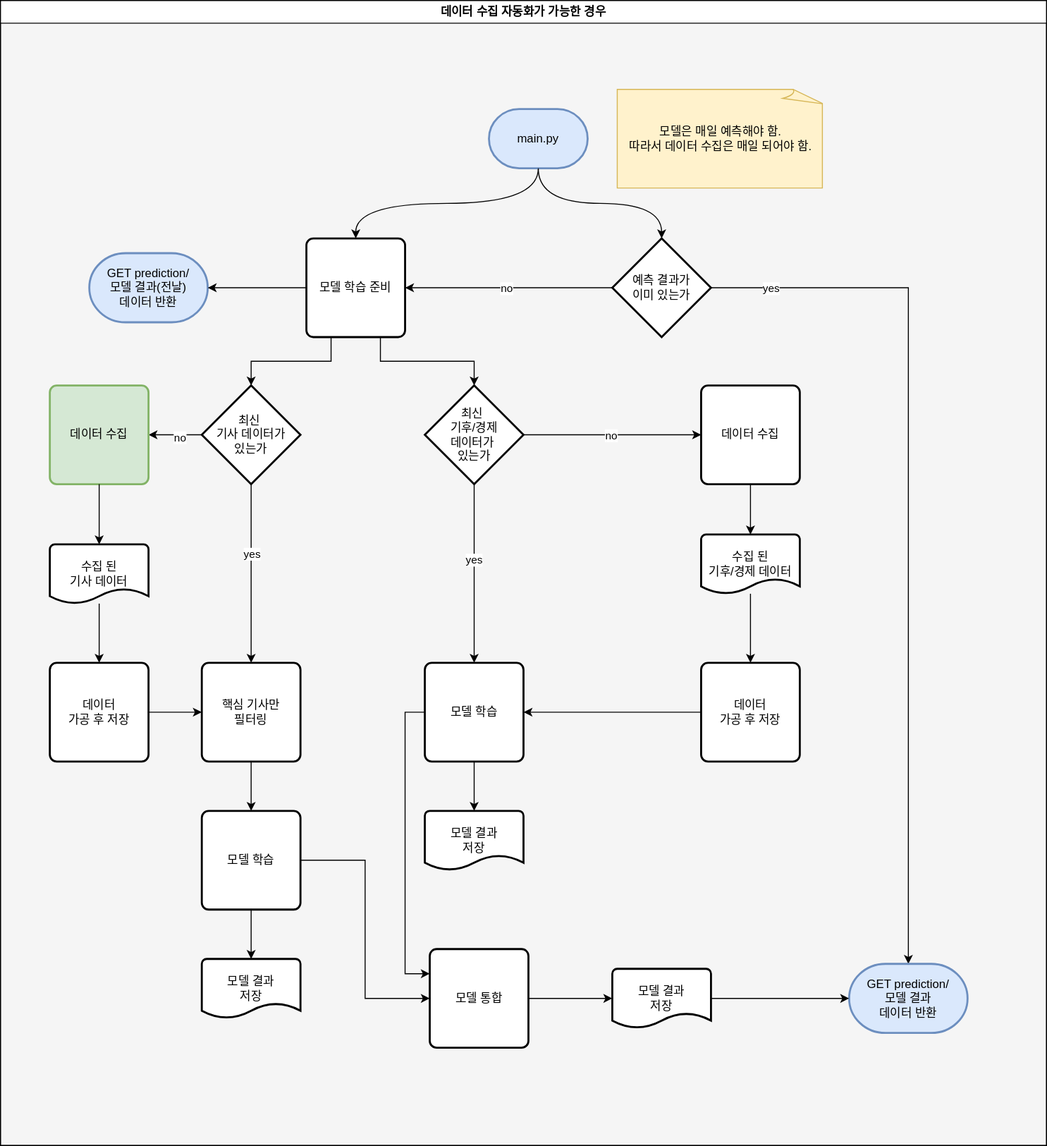
This is docs/beta-flowchart.drawio.svg from MJU-Capstone-2025/model-server, a draw.io export, as it was before one commit. Source tidied: cells renumbered, new cells last; positions are measured from the earlier drawing's top-left corner, leaving out a move shared by most shapes.
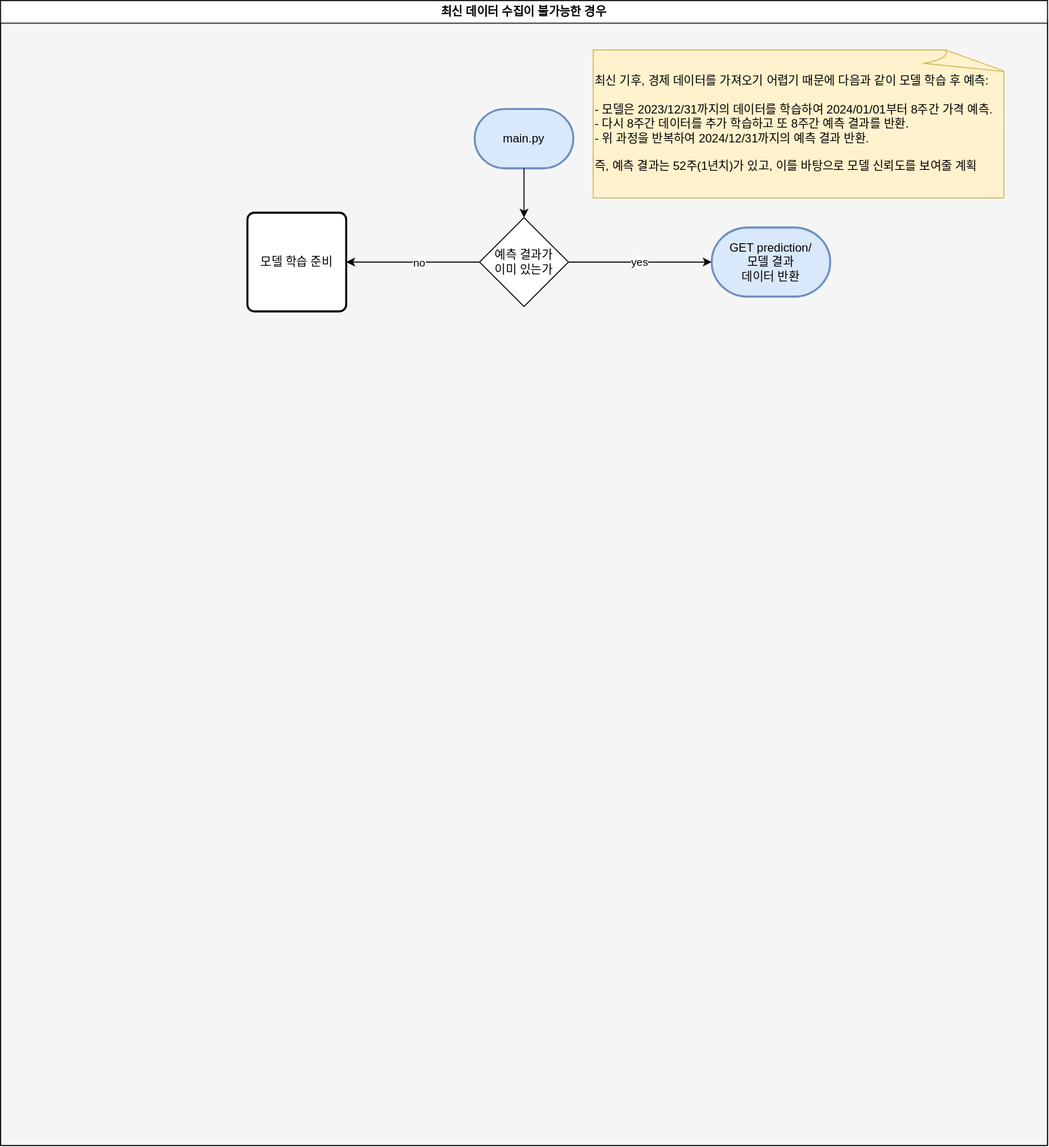
After the commit.

Commit message:
DOCS: 데이터 수집이 불가능한 경우

The edit, as a diff of the source:
```diff
@@ -5,169 +5,38 @@
     <mxCell id="2" style="rounded=0;whiteSpace=wrap;html=1;fillColor=#f5f5f5;fontColor=#333333;strokeColor=#666666;" parent="1" vertex="1">
       <mxGeometry y="20" width="1060" height="1140" as="geometry" />
     </mxCell>
-    <mxCell id="3" value="데이터 수집 자동화가 가능한 경우" style="swimlane;whiteSpace=wrap;html=1;" parent="1" vertex="1">
+    <mxCell id="3" value="최신 데이터 수집이 불가능한 경우" style="swimlane;whiteSpace=wrap;html=1;" parent="1" vertex="1">
       <mxGeometry width="1060" height="1160" as="geometry" />
     </mxCell>
-    <mxCell id="4" style="edgeStyle=orthogonalEdgeStyle;rounded=0;jettySize=auto;html=1;exitX=0.5;exitY=1;exitDx=0;exitDy=0;exitPerimeter=0;entryX=0.5;entryY=0;entryDx=0;entryDy=0;curved=1;" parent="3" edge="1" source="5" target="13">
-      <mxGeometry relative="1" as="geometry" />
-    </mxCell>
     <mxCell id="5" value="main.py" style="strokeWidth=2;html=1;shape=mxgraph.flowchart.terminator;whiteSpace=wrap;fillColor=#dae8fc;strokeColor=#6c8ebf;" parent="3" vertex="1">
-      <mxGeometry x="495" y="110" width="100" height="60" as="geometry" />
+      <mxGeometry x="480" y="110" width="100" height="60" as="geometry" />
     </mxCell>
+    <mxCell id="7" value="&lt;div&gt;최신 기후, 경제 데이터를 가져오기 어렵기&amp;nbsp;&lt;span style=&quot;background-color: transparent; color: light-dark(rgb(0, 0, 0), rgb(255, 255, 255));&quot;&gt;때문에 다음과 같이 모델 학습 후 예측:&lt;/span&gt;&lt;/div&gt;&lt;div&gt;&lt;span style=&quot;background-color: transparent; color: light-dark(rgb(0, 0, 0), rgb(255, 255, 255));&quot;&gt;&lt;br&gt;&lt;/span&gt;&lt;/div&gt;- 모델은 2023/12/31까지의&amp;nbsp;&lt;span style=&quot;background-color: transparent; color: light-dark(rgb(0, 0, 0), rgb(255, 255, 255));&quot;&gt;데이터를 학습하여 2024/01/01부터&amp;nbsp;&lt;/span&gt;&lt;span style=&quot;background-color: transparent; color: light-dark(rgb(0, 0, 0), rgb(255, 255, 255));&quot;&gt;8주간 가격 예측.&lt;/span&gt;&lt;div&gt;- 다시 8주간 데이터를 추가 학습하고 또 8주간 예측 결과를 반환.&lt;br&gt;&lt;div style=&quot;&quot;&gt;- 위 과정을 반복하여 2024/12/31까지의 예측 결과 반환.&lt;/div&gt;&lt;/div&gt;&lt;div style=&quot;&quot;&gt;&lt;br&gt;&lt;/div&gt;&lt;div style=&quot;&quot;&gt;즉, 예측 결과는 52주(1년치)가 있고, 이를 바탕으로 모델 신뢰도를 보여줄 계획&lt;/div&gt;" style="whiteSpace=wrap;html=1;shape=mxgraph.basic.document;align=left;fillColor=#fff2cc;strokeColor=#d6b656;" parent="3" vertex="1">
+      <mxGeometry x="600" y="50" width="420" height="150" as="geometry" />
+    </mxCell>
+    <mxCell id="46" value="&lt;div&gt;GET prediction/&lt;/div&gt;모델 결과&lt;div&gt;데이터 반환&lt;/div&gt;" style="strokeWidth=2;html=1;shape=mxgraph.flowchart.terminator;whiteSpace=wrap;fillColor=#dae8fc;strokeColor=#6c8ebf;" parent="3" vertex="1">
+      <mxGeometry x="720" y="230" width="120" height="70" as="geometry" />
+    </mxCell>
+    <mxCell id="13" value="모델 학습 준비" style="rounded=1;whiteSpace=wrap;html=1;absoluteArcSize=1;arcSize=14;strokeWidth=2;" parent="3" vertex="1">
+      <mxGeometry x="250" y="215" width="100" height="100" as="geometry" />
+    </mxCell>
+    <mxCell id="12" value="예측 결과가&lt;div&gt;이미 있는가&lt;/div&gt;" style="rhombus;whiteSpace=wrap;html=1;" parent="3" vertex="1">
+      <mxGeometry x="485" y="220" width="90" height="90" as="geometry" />
+    </mxCell>
-    <mxCell id="6" style="edgeStyle=orthogonalEdgeStyle;rounded=0;jettySize=auto;html=1;exitX=0.5;exitY=1;exitDx=0;exitDy=0;exitPerimeter=0;entryX=0.5;entryY=0;entryDx=0;entryDy=0;entryPerimeter=0;curved=1;" parent="3" edge="1" source="5" target="12">
+    <mxCell id="6" style="edgeStyle=orthogonalEdgeStyle;rounded=0;jettySize=auto;html=1;exitX=0.5;exitY=1;exitDx=0;exitDy=0;exitPerimeter=0;entryX=0.5;entryY=0;entryDx=0;entryDy=0;" parent="3" edge="1" source="5" target="12">
       <mxGeometry relative="1" as="geometry" />
     </mxCell>
-    <mxCell id="7" value="모델은 매일 예측해야 함.&lt;div&gt;따라서 데이터 수집은&amp;nbsp;&lt;span style=&quot;background-color: transparent; color: light-dark(rgb(0, 0, 0), rgb(255, 255, 255));&quot;&gt;매일 되어야 함.&lt;/span&gt;&lt;/div&gt;" style="whiteSpace=wrap;html=1;shape=mxgraph.basic.document;align=center;fillColor=#fff2cc;strokeColor=#d6b656;" parent="3" vertex="1">
-      <mxGeometry x="625" y="90" width="210" height="100" as="geometry" />
-    </mxCell>
-    <mxCell id="8" style="edgeStyle=orthogonalEdgeStyle;rounded=0;jettySize=auto;html=1;exitX=1;exitY=0.5;exitDx=0;exitDy=0;exitPerimeter=0;entryX=0.5;entryY=0;entryDx=0;entryDy=0;entryPerimeter=0;" parent="3" edge="1" source="12" target="46">
+    <mxCell id="8" style="edgeStyle=orthogonalEdgeStyle;rounded=0;jettySize=auto;html=1;exitX=1;exitY=0.5;exitDx=0;exitDy=0;entryX=0;entryY=0.5;entryDx=0;entryDy=0;entryPerimeter=0;" parent="3" edge="1" source="12" target="46">
       <mxGeometry relative="1" as="geometry" />
     </mxCell>
-    <mxCell id="9" value="yes" style="edgeLabel;html=1;align=center;verticalAlign=middle;" parent="8" vertex="1">
-      <mxGeometry x="0.58" relative="1" as="geometry">
-        <mxPoint x="-140" y="-499" as="offset" />
-      </mxGeometry>
-    </mxCell>
+    <mxCell id="55" value="yes" style="edgeLabel;html=1;align=center;verticalAlign=middle;" parent="8" vertex="1">
+      <mxGeometry x="-0.02" y="1" relative="1" as="geometry" />
+    </mxCell>
-    <mxCell id="10" style="edgeStyle=orthogonalEdgeStyle;rounded=0;jettySize=auto;html=1;exitX=0;exitY=0.5;exitDx=0;exitDy=0;exitPerimeter=0;entryX=1;entryY=0.5;entryDx=0;entryDy=0;" parent="3" edge="1" source="12" target="13">
+    <mxCell id="10" style="edgeStyle=orthogonalEdgeStyle;rounded=0;jettySize=auto;html=1;exitX=0;exitY=0.5;exitDx=0;exitDy=0;entryX=1;entryY=0.5;entryDx=0;entryDy=0;" parent="3" edge="1" source="12" target="13">
       <mxGeometry relative="1" as="geometry" />
     </mxCell>
-    <mxCell id="11" value="no" style="edgeLabel;html=1;align=center;verticalAlign=middle;" parent="10" vertex="1">
-      <mxGeometry x="0.04" y="-2" relative="1" as="geometry">
-        <mxPoint x="1" y="2" as="offset" />
-      </mxGeometry>
-    </mxCell>
-    <mxCell id="12" value="예측&amp;nbsp;&lt;span style=&quot;background-color: transparent; color: light-dark(rgb(0, 0, 0), rgb(255, 255, 255));&quot;&gt;결과가&lt;/span&gt;&lt;div&gt;&lt;span style=&quot;background-color: transparent; color: light-dark(rgb(0, 0, 0), rgb(255, 255, 255));&quot;&gt;이미 있는가&lt;/span&gt;&lt;/div&gt;" style="strokeWidth=2;html=1;shape=mxgraph.flowchart.decision;whiteSpace=wrap;" parent="3" vertex="1">
-      <mxGeometry x="620" y="241" width="100" height="100" as="geometry" />
-    </mxCell>
-    <mxCell id="13" value="모델 학습 준비" style="rounded=1;whiteSpace=wrap;html=1;absoluteArcSize=1;arcSize=14;strokeWidth=2;" parent="3" vertex="1">
-      <mxGeometry x="310" y="241" width="100" height="100" as="geometry" />
-    </mxCell>
-    <mxCell id="14" style="edgeStyle=orthogonalEdgeStyle;rounded=0;jettySize=auto;html=1;exitX=0.5;exitY=1;exitDx=0;exitDy=0;exitPerimeter=0;entryX=0.5;entryY=0;entryDx=0;entryDy=0;" parent="3" edge="1" source="18" target="20">
-      <mxGeometry relative="1" as="geometry" />
-    </mxCell>
-    <mxCell id="15" value="yes" style="edgeLabel;html=1;align=center;verticalAlign=middle;" parent="14" vertex="1">
-      <mxGeometry x="-0.36" relative="1" as="geometry">
-        <mxPoint y="12" as="offset" />
-      </mxGeometry>
-    </mxCell>
-    <mxCell id="16" style="edgeStyle=orthogonalEdgeStyle;rounded=0;jettySize=auto;html=1;exitX=0;exitY=0.5;exitDx=0;exitDy=0;exitPerimeter=0;entryX=1;entryY=0.5;entryDx=0;entryDy=0;" parent="3" edge="1" source="18" target="29">
-      <mxGeometry relative="1" as="geometry" />
-    </mxCell>
-    <mxCell id="17" value="no" style="edgeLabel;html=1;align=center;verticalAlign=middle;" parent="16" vertex="1">
-      <mxGeometry x="-0.15" y="2" relative="1" as="geometry" />
-    </mxCell>
-    <mxCell id="18" value="&lt;div&gt;최신&amp;nbsp;&lt;/div&gt;&lt;div&gt;기사&amp;nbsp;&lt;span style=&quot;background-color: transparent; color: light-dark(rgb(0, 0, 0), rgb(255, 255, 255));&quot;&gt;데이터가&lt;/span&gt;&lt;/div&gt;&lt;div&gt;있는가&lt;/div&gt;" style="strokeWidth=2;html=1;shape=mxgraph.flowchart.decision;whiteSpace=wrap;" parent="3" vertex="1">
-      <mxGeometry x="204" y="390" width="100" height="100" as="geometry" />
-    </mxCell>
-    <mxCell id="19" style="edgeStyle=orthogonalEdgeStyle;rounded=0;jettySize=auto;html=1;exitX=0.5;exitY=1;exitDx=0;exitDy=0;entryX=0.5;entryY=0;entryDx=0;entryDy=0;" parent="3" edge="1" source="20" target="21">
-      <mxGeometry relative="1" as="geometry" />
-    </mxCell>
-    <mxCell id="20" value="핵심 기사만&lt;div&gt;필터링&lt;/div&gt;" style="rounded=1;whiteSpace=wrap;html=1;absoluteArcSize=1;arcSize=14;strokeWidth=2;" parent="3" vertex="1">
-      <mxGeometry x="204" y="671" width="100" height="100" as="geometry" />
-    </mxCell>
-    <mxCell id="21" value="모델 학습" style="rounded=1;whiteSpace=wrap;html=1;absoluteArcSize=1;arcSize=14;strokeWidth=2;" parent="3" vertex="1">
-      <mxGeometry x="204" y="821" width="100" height="100" as="geometry" />
-    </mxCell>
-    <mxCell id="22" style="edgeStyle=orthogonalEdgeStyle;rounded=0;jettySize=auto;html=1;exitX=0.5;exitY=1;exitDx=0;exitDy=0;exitPerimeter=0;entryX=0.5;entryY=0;entryDx=0;entryDy=0;" parent="3" edge="1" source="26" target="44">
-      <mxGeometry relative="1" as="geometry" />
-    </mxCell>
-    <mxCell id="23" value="yes" style="edgeLabel;html=1;align=center;verticalAlign=middle;" parent="22" vertex="1">
-      <mxGeometry x="-0.16" y="-1" relative="1" as="geometry" />
-    </mxCell>
-    <mxCell id="24" style="edgeStyle=orthogonalEdgeStyle;rounded=0;jettySize=auto;html=1;exitX=1;exitY=0.5;exitDx=0;exitDy=0;exitPerimeter=0;entryX=0;entryY=0.5;entryDx=0;entryDy=0;" parent="3" edge="1" source="26" target="37">
-      <mxGeometry relative="1" as="geometry" />
-    </mxCell>
-    <mxCell id="25" value="no" style="edgeLabel;html=1;align=center;verticalAlign=middle;" parent="24" vertex="1">
-      <mxGeometry x="-0.01" relative="1" as="geometry">
-        <mxPoint x="-1" as="offset" />
-      </mxGeometry>
-    </mxCell>
-    <mxCell id="26" value="최신&amp;nbsp;&lt;div&gt;기후/경제&lt;div&gt;데이터가&amp;nbsp;&lt;/div&gt;&lt;div&gt;있는가&lt;/div&gt;&lt;/div&gt;" style="strokeWidth=2;html=1;shape=mxgraph.flowchart.decision;whiteSpace=wrap;" parent="3" vertex="1">
-      <mxGeometry x="430" y="390" width="100" height="100" as="geometry" />
-    </mxCell>
-    <mxCell id="27" style="edgeStyle=orthogonalEdgeStyle;rounded=0;jettySize=auto;html=1;exitX=0.25;exitY=1;exitDx=0;exitDy=0;entryX=0.5;entryY=0;entryDx=0;entryDy=0;entryPerimeter=0;" parent="3" edge="1" source="13" target="18">
-      <mxGeometry relative="1" as="geometry" />
-    </mxCell>
-    <mxCell id="28" style="edgeStyle=orthogonalEdgeStyle;rounded=0;jettySize=auto;html=1;exitX=0.75;exitY=1;exitDx=0;exitDy=0;entryX=0.5;entryY=0;entryDx=0;entryDy=0;entryPerimeter=0;" parent="3" edge="1" source="13" target="26">
-      <mxGeometry relative="1" as="geometry" />
-    </mxCell>
-    <mxCell id="29" value="데이터 수집" style="rounded=1;whiteSpace=wrap;html=1;absoluteArcSize=1;arcSize=14;strokeWidth=2;fillColor=#d5e8d4;strokeColor=#82b366;" parent="3" vertex="1">
-      <mxGeometry x="50" y="390" width="100" height="100" as="geometry" />
-    </mxCell>
-    <mxCell id="30" style="edgeStyle=orthogonalEdgeStyle;rounded=0;jettySize=auto;html=1;entryX=0.5;entryY=0;entryDx=0;entryDy=0;" parent="3" edge="1" source="31" target="34">
-      <mxGeometry relative="1" as="geometry" />
-    </mxCell>
-    <mxCell id="31" value="수집 된&lt;div&gt;기사 데이터&lt;/div&gt;" style="strokeWidth=2;html=1;shape=mxgraph.flowchart.document2;whiteSpace=wrap;size=0.25;" parent="3" vertex="1">
-      <mxGeometry x="50" y="551" width="100" height="60" as="geometry" />
-    </mxCell>
-    <mxCell id="32" style="edgeStyle=orthogonalEdgeStyle;rounded=0;jettySize=auto;html=1;exitX=0.5;exitY=1;exitDx=0;exitDy=0;entryX=0.5;entryY=0;entryDx=0;entryDy=0;entryPerimeter=0;" parent="3" edge="1" source="29" target="31">
-      <mxGeometry relative="1" as="geometry" />
-    </mxCell>
-    <mxCell id="33" style="edgeStyle=orthogonalEdgeStyle;rounded=0;jettySize=auto;html=1;" parent="3" edge="1" source="34" target="20">
-      <mxGeometry relative="1" as="geometry" />
-    </mxCell>
-    <mxCell id="34" value="데이터&lt;div&gt;가공 후&amp;nbsp;&lt;span style=&quot;background-color: transparent; color: light-dark(rgb(0, 0, 0), rgb(255, 255, 255));&quot;&gt;저장&lt;/span&gt;&lt;/div&gt;" style="rounded=1;whiteSpace=wrap;html=1;absoluteArcSize=1;arcSize=14;strokeWidth=2;" parent="3" vertex="1">
-      <mxGeometry x="50" y="671" width="100" height="100" as="geometry" />
-    </mxCell>
-    <mxCell id="35" value="모델 결과&lt;div&gt;저장&lt;/div&gt;" style="strokeWidth=2;html=1;shape=mxgraph.flowchart.document2;whiteSpace=wrap;size=0.25;" parent="3" vertex="1">
-      <mxGeometry x="204" y="971" width="100" height="60" as="geometry" />
-    </mxCell>
-    <mxCell id="36" style="edgeStyle=orthogonalEdgeStyle;rounded=0;jettySize=auto;html=1;exitX=0.5;exitY=1;exitDx=0;exitDy=0;entryX=0.5;entryY=0;entryDx=0;entryDy=0;entryPerimeter=0;" parent="3" edge="1" source="21" target="35">
-      <mxGeometry relative="1" as="geometry" />
-    </mxCell>
-    <mxCell id="37" value="데이터 수집" style="rounded=1;whiteSpace=wrap;html=1;absoluteArcSize=1;arcSize=14;strokeWidth=2;" parent="3" vertex="1">
-      <mxGeometry x="710" y="390" width="100" height="100" as="geometry" />
-    </mxCell>
-    <mxCell id="38" style="edgeStyle=orthogonalEdgeStyle;rounded=0;jettySize=auto;html=1;" parent="3" edge="1" source="39" target="42">
-      <mxGeometry relative="1" as="geometry" />
-    </mxCell>
-    <mxCell id="39" value="수집 된&lt;div&gt;기후/경제 데이터&lt;/div&gt;" style="strokeWidth=2;html=1;shape=mxgraph.flowchart.document2;whiteSpace=wrap;size=0.25;" parent="3" vertex="1">
-      <mxGeometry x="710" y="541" width="100" height="60" as="geometry" />
-    </mxCell>
-    <mxCell id="40" style="edgeStyle=orthogonalEdgeStyle;rounded=0;jettySize=auto;html=1;exitX=0.5;exitY=1;exitDx=0;exitDy=0;entryX=0.5;entryY=0;entryDx=0;entryDy=0;entryPerimeter=0;" parent="3" edge="1" source="37" target="39">
-      <mxGeometry relative="1" as="geometry" />
-    </mxCell>
-    <mxCell id="41" style="edgeStyle=orthogonalEdgeStyle;rounded=0;jettySize=auto;html=1;exitX=0;exitY=0.5;exitDx=0;exitDy=0;entryX=1;entryY=0.5;entryDx=0;entryDy=0;" parent="3" edge="1" source="42" target="44">
-      <mxGeometry relative="1" as="geometry" />
-    </mxCell>
-    <mxCell id="42" value="데이터&lt;div&gt;가공 후&amp;nbsp;&lt;span style=&quot;background-color: transparent; color: light-dark(rgb(0, 0, 0), rgb(255, 255, 255));&quot;&gt;저장&lt;/span&gt;&lt;/div&gt;" style="rounded=1;whiteSpace=wrap;html=1;absoluteArcSize=1;arcSize=14;strokeWidth=2;" parent="3" vertex="1">
-      <mxGeometry x="710" y="671" width="100" height="100" as="geometry" />
-    </mxCell>
-    <mxCell id="43" style="edgeStyle=orthogonalEdgeStyle;rounded=0;jettySize=auto;html=1;" parent="3" edge="1" source="44" target="45">
-      <mxGeometry relative="1" as="geometry" />
-    </mxCell>
-    <mxCell id="44" value="모델 학습" style="rounded=1;whiteSpace=wrap;html=1;absoluteArcSize=1;arcSize=14;strokeWidth=2;" parent="3" vertex="1">
-      <mxGeometry x="430" y="671" width="100" height="100" as="geometry" />
-    </mxCell>
-    <mxCell id="45" value="모델 결과&lt;div&gt;저장&lt;/div&gt;" style="strokeWidth=2;html=1;shape=mxgraph.flowchart.document2;whiteSpace=wrap;size=0.25;" parent="3" vertex="1">
-      <mxGeometry x="430" y="821" width="100" height="60" as="geometry" />
-    </mxCell>
-    <mxCell id="46" value="&lt;div&gt;GET prediction/&lt;/div&gt;모델 결과&lt;div&gt;데이터 반환&lt;/div&gt;" style="strokeWidth=2;html=1;shape=mxgraph.flowchart.terminator;whiteSpace=wrap;fillColor=#dae8fc;strokeColor=#6c8ebf;" parent="3" vertex="1">
-      <mxGeometry x="860" y="976" width="120" height="70" as="geometry" />
-    </mxCell>
-    <mxCell id="47" value="모델 결과&lt;div&gt;저장&lt;/div&gt;" style="strokeWidth=2;html=1;shape=mxgraph.flowchart.document2;whiteSpace=wrap;size=0.25;" parent="3" vertex="1">
-      <mxGeometry x="620" y="981" width="100" height="60" as="geometry" />
-    </mxCell>
-    <mxCell id="48" style="edgeStyle=orthogonalEdgeStyle;rounded=0;jettySize=auto;html=1;exitX=1;exitY=0.5;exitDx=0;exitDy=0;exitPerimeter=0;entryX=0;entryY=0.5;entryDx=0;entryDy=0;entryPerimeter=0;" parent="3" edge="1" source="47" target="46">
-      <mxGeometry relative="1" as="geometry" />
-    </mxCell>
-    <mxCell id="49" style="edgeStyle=orthogonalEdgeStyle;rounded=0;jettySize=auto;html=1;" parent="3" edge="1" source="50" target="47">
-      <mxGeometry relative="1" as="geometry" />
-    </mxCell>
-    <mxCell id="50" value="모델 통합" style="rounded=1;whiteSpace=wrap;html=1;absoluteArcSize=1;arcSize=14;strokeWidth=2;" parent="3" vertex="1">
-      <mxGeometry x="435" y="961" width="100" height="100" as="geometry" />
-    </mxCell>
-    <mxCell id="51" style="edgeStyle=orthogonalEdgeStyle;rounded=0;jettySize=auto;html=1;exitX=1;exitY=0.5;exitDx=0;exitDy=0;entryX=0;entryY=0.5;entryDx=0;entryDy=0;" parent="3" edge="1" source="21" target="50">
-      <mxGeometry relative="1" as="geometry" />
-    </mxCell>
-    <mxCell id="52" style="edgeStyle=orthogonalEdgeStyle;rounded=0;jettySize=auto;html=1;exitX=0;exitY=0.5;exitDx=0;exitDy=0;entryX=0;entryY=0.25;entryDx=0;entryDy=0;" parent="3" edge="1" source="44" target="50">
-      <mxGeometry relative="1" as="geometry" />
-    </mxCell>
-    <mxCell id="53" value="&lt;div&gt;GET prediction/&lt;/div&gt;모델 결과(전날)&lt;div&gt;데이터 반환&lt;/div&gt;" style="strokeWidth=2;html=1;shape=mxgraph.flowchart.terminator;whiteSpace=wrap;fillColor=#dae8fc;strokeColor=#6c8ebf;" parent="3" vertex="1">
-      <mxGeometry x="90" y="256" width="120" height="70" as="geometry" />
-    </mxCell>
-    <mxCell id="54" style="edgeStyle=orthogonalEdgeStyle;rounded=0;jettySize=auto;html=1;exitX=0;exitY=0.5;exitDx=0;exitDy=0;entryX=1;entryY=0.5;entryDx=0;entryDy=0;entryPerimeter=0;" parent="3" edge="1" source="13" target="53">
-      <mxGeometry relative="1" as="geometry" />
-    </mxCell>
+    <mxCell id="56" value="no" style="edgeLabel;html=1;align=center;verticalAlign=middle;" parent="10" vertex="1">
+      <mxGeometry x="-0.09" relative="1" as="geometry" />
+    </mxCell>
   </root>
 </mxGraphModel>
```
